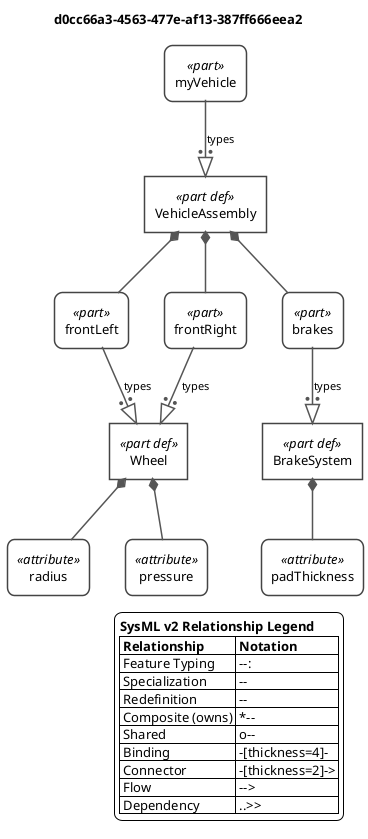
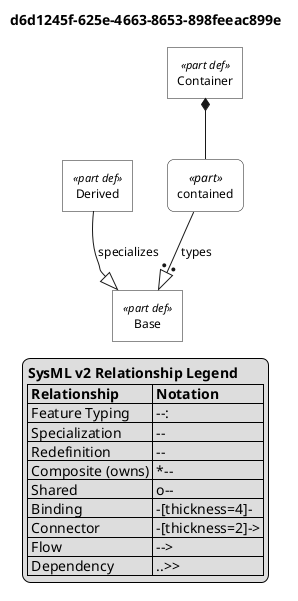
- '' Relationship Arrows
- '' Demonstrates typing (--:|>), specialization (--|>), and ownership (*--) arrows.
@startuml

- <style>
- root {
-     BackGroundColor white
-     FontName Helvetica
-     FontSize 13
- }
- rectangle {
-     LineColor #444444
-     LineThickness 1.5
-     BackgroundColor white
-     Padding 10
- }
- arrow {
-     LineColor #555555
-     LineThickness 1.5
-     FontSize 11
- }
- </style>
+ skinparam monochrome true
+ skinparam wrapWidth 300
+ skinparam defaultFontSize 12
+ skinparam defaultFontName Helvetica

- skinparam wrapWidth 400
- 
+ ' Definitions: sharp corners, plain background
skinparam rectangle<<part def>> {
    RoundCorner 0
+     BackgroundColor white
+     StereotypeFontSize 11
}
skinparam rectangle<<item def>> {
    RoundCorner 0
+     BackgroundColor white
}
skinparam rectangle<<attribute def>> {
    RoundCorner 0
+     BackgroundColor white
}
skinparam rectangle<<port def>> {
    RoundCorner 0
+     BackgroundColor white
}
skinparam rectangle<<action def>> {
    RoundCorner 0
+     BackgroundColor white
}
skinparam rectangle<<state def>> {
    RoundCorner 0
+     BackgroundColor white
}
skinparam rectangle<<requirement def>> {
    RoundCorner 0
+     BackgroundColor white
}
+ skinparam rectangle<<view def>> {
+     RoundCorner 0
+     BackgroundColor white
+ }
+ skinparam rectangle<<viewpoint def>> {
+     RoundCorner 0
+     BackgroundColor white
+ }
+ skinparam rectangle<<enumeration def>> {
+     RoundCorner 0
+     BackgroundColor white
+ }
+ 
+ ' Usages: rounded corners, plain background
skinparam rectangle<<part>> {
    RoundCorner 15
+     BackgroundColor white
}
skinparam rectangle<<item>> {
    RoundCorner 15
+     BackgroundColor white
}
skinparam rectangle<<attribute>> {
    RoundCorner 15
+     BackgroundColor white
}
skinparam rectangle<<port>> {
    RoundCorner 15
+     BackgroundColor white
}
skinparam rectangle<<action>> {
    RoundCorner 15
+     BackgroundColor white
}
skinparam rectangle<<state>> {
    RoundCorner 15
+     BackgroundColor white
}
skinparam rectangle<<requirement>> {
    RoundCorner 15
+     BackgroundColor white
}
+ skinparam rectangle<<view>> {
+     RoundCorner 15
+     BackgroundColor white
+ }
+ skinparam rectangle<<viewpoint>> {
+     RoundCorner 15
+     BackgroundColor white
+ }
+ skinparam rectangle<<enumeration>> {
+     RoundCorner 15
+     BackgroundColor white
+ }
+ 
+ ' Views as folders
skinparam folder<<view def>> {
-     BackgroundColor #F5E6FF
-     BorderColor #8E44AD
+     BackgroundColor white
}
skinparam folder<<view>> {
-     BackgroundColor #F5E6FF
-     BorderColor #8E44AD
+     BackgroundColor white
}

top to bottom direction

- title d0cc66a3-4563-477e-af13-387ff666eea2
+ title d6d1245f-625e-4663-8653-898feeac899e

hide circle

- rectangle "Wheel" as E1 <<(P,#32CD32) part def>>
- rectangle "radius" as E2 <<(A,#32CD32) attribute>>
- rectangle "pressure" as E3 <<(A,#32CD32) attribute>>
- rectangle "BrakeSystem" as E4 <<(P,#32CD32) part def>>
- rectangle "padThickness" as E5 <<(A,#32CD32) attribute>>
- rectangle "VehicleAssembly" as E6 <<(P,#32CD32) part def>>
- rectangle "frontLeft" as E7 <<(P,#32CD32) part>>
- rectangle "frontRight" as E8 <<(P,#32CD32) part>>
- rectangle "brakes" as E9 <<(P,#32CD32) part>>
- rectangle "myVehicle" as E10 <<(P,#32CD32) part>>
+ rectangle "Base" as E1 <<part def>>
+ rectangle "Derived" as E2 <<part def>>
+ rectangle "Container" as E3 <<part def>>
+ rectangle "contained" as E4 <<part>>

- E1 *-- E2
- E1 *-- E3
- E4 *-- E5
- E6 *-- E7
- E7 --:|> E1 : types
- E6 *-- E8
- E8 --:|> E1 : types
- E6 *-- E9
- E9 --:|> E4 : types
- E10 --:|> E6 : types
+ E2 --|> E1 : specializes
+ E3 *-- E4
+ E4 --:|> E1 : types

legend right
  <b>SysML v2 Relationship Legend</b>
  |= Relationship |= Notation |
  | Feature Typing | --:|> |
  | Specialization | --|> |
  | Redefinition | --||> |
  | Composite (owns) | *-- |
  | Shared | o-- |
  | Binding | -[thickness=4]- |
  | Connector | -[thickness=2]-> |
  | Flow | --> |
  | Dependency | ..>> |
endlegend

@enduml